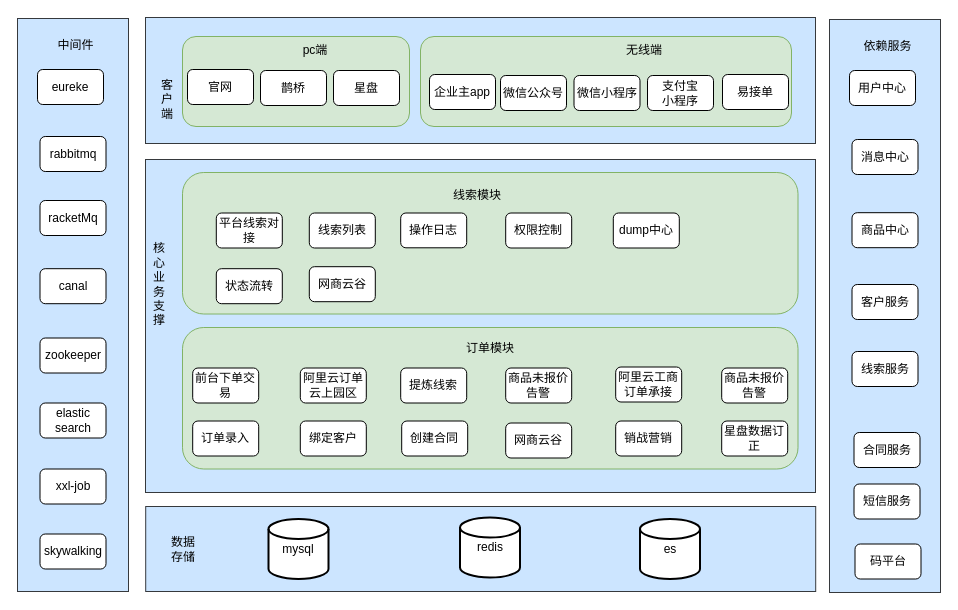
The draw.io diagram 订单架构图.drawio in zhaoershuang/flow-chart, before the edit. Source tidied: cells renumbered, new cells numbered last; positions are measured from the earlier drawing's top-left corner, leaving out a move shared by most shapes. Both pictures are drawn from the tidied source at 100%, with x=0, y=0 at pixel (17, 17).
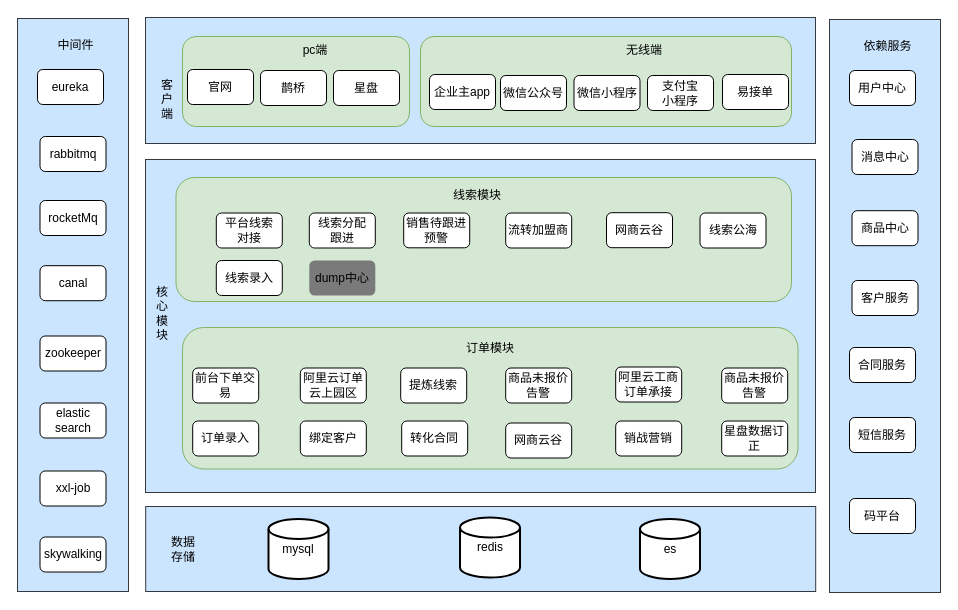
The same diagram, later.

Commit message:
更新订单架构图.drawio

Diff of the diagram source:
```diff
@@
-    <mxCell id="26" value="创建合同" style="rounded=1;whiteSpace=wrap;html=1;" parent="1" vertex="1">
+    <mxCell id="26" value="转化合同" style="rounded=1;whiteSpace=wrap;html=1;" parent="1" vertex="1">
       <mxGeometry x="384.2" y="403.5" width="66" height="35" as="geometry" />
     </mxCell>
@@
     <mxCell id="35" value="商品中心" style="rounded=1;whiteSpace=wrap;html=1;" parent="1" vertex="1">
-      <mxGeometry x="834.5" y="195.2" width="66" height="35" as="geometry" />
+      <mxGeometry x="834.5" y="193.2" width="66" height="35" as="geometry" />
     </mxCell>
     <mxCell id="36" value="客户服务" style="rounded=1;whiteSpace=wrap;html=1;" parent="1" vertex="1">
-      <mxGeometry x="834.5" y="267" width="66" height="35" as="geometry" />
+      <mxGeometry x="834.5" y="263" width="66" height="35" as="geometry" />
     </mxCell>
-    <mxCell id="37" value="线索服务" style="rounded=1;whiteSpace=wrap;html=1;" parent="1" vertex="1">
-      <mxGeometry x="834.5" y="334" width="66" height="35" as="geometry" />
-    </mxCell>
     <mxCell id="38" value="合同服务" style="rounded=1;whiteSpace=wrap;html=1;" parent="1" vertex="1">
-      <mxGeometry x="836.5" y="415" width="66" height="35" as="geometry" />
+      <mxGeometry x="832" y="330" width="66" height="35" as="geometry" />
     </mxCell>
@@
-    <mxCell id="42" value="核&lt;br&gt;心&lt;br&gt;业&lt;br&gt;务&lt;br&gt;支&lt;br&gt;撑" style="text;html=1;strokeColor=none;fillColor=none;align=center;verticalAlign=middle;whiteSpace=wrap;rounded=0;glass=0;sketch=0;" parent="1" vertex="1">
-      <mxGeometry x="122" y="256.5" width="40" height="20" as="geometry" />
+    <mxCell id="42" value="核&lt;br&gt;心&lt;br&gt;模&lt;br&gt;块" style="text;html=1;strokeColor=none;fillColor=none;align=center;verticalAlign=middle;whiteSpace=wrap;rounded=0;glass=0;sketch=0;" parent="1" vertex="1">
+      <mxGeometry x="125" y="286" width="40" height="20" as="geometry" />
     </mxCell>
@@
     <mxCell id="45" style="rounded=1;whiteSpace=wrap;html=1;fillColor=#d5e8d4;strokeColor=#82b366;" parent="1" vertex="1">
-      <mxGeometry x="165" y="155" width="615.5" height="141.5" as="geometry" />
+      <mxGeometry x="158.5" y="160" width="615.5" height="124" as="geometry" />
     </mxCell>
-    <mxCell id="46" value="平台线索对接" style="rounded=1;whiteSpace=wrap;html=1;" parent="1" vertex="1">
+    <mxCell id="46" value="平台线索&lt;br&gt;对接" style="rounded=1;whiteSpace=wrap;html=1;" parent="1" vertex="1">
       <mxGeometry x="198.8" y="195.5" width="66" height="35" as="geometry" />
     </mxCell>
     <mxCell id="47" value="网商云谷" style="rounded=1;whiteSpace=wrap;html=1;" parent="1" vertex="1">
-      <mxGeometry x="291.8" y="249.2" width="66" height="35" as="geometry" />
+      <mxGeometry x="589" y="195.2" width="66" height="35" as="geometry" />
     </mxCell>
-    <mxCell id="48" value="线索列表" style="rounded=1;whiteSpace=wrap;html=1;" parent="1" vertex="1">
+    <mxCell id="48" value="线索分配&lt;br&gt;跟进" style="rounded=1;whiteSpace=wrap;html=1;" parent="1" vertex="1">
       <mxGeometry x="291.8" y="195.5" width="66" height="35" as="geometry" />
     </mxCell>
-    <mxCell id="49" value="操作日志" style="rounded=1;whiteSpace=wrap;html=1;" parent="1" vertex="1">
-      <mxGeometry x="383.2" y="195.5" width="66" height="34.8" as="geometry" />
+    <mxCell id="49" value="销售待跟进&lt;br&gt;预警" style="rounded=1;whiteSpace=wrap;html=1;" parent="1" vertex="1">
+      <mxGeometry x="386.2" y="195.5" width="66" height="34.8" as="geometry" />
     </mxCell>
-    <mxCell id="50" value="状态流转" style="rounded=1;whiteSpace=wrap;html=1;" parent="1" vertex="1">
-      <mxGeometry x="198.8" y="251.2" width="66" height="35" as="geometry" />
-    </mxCell>
-    <mxCell id="51" value="dump中心" style="rounded=1;whiteSpace=wrap;html=1;" parent="1" vertex="1">
-      <mxGeometry x="595.8" y="195.5" width="66" height="35" as="geometry" />
+    <mxCell id="51" value="dump中心" style="rounded=1;whiteSpace=wrap;html=1;fillColor=#7A7A7A;strokeColor=none;" parent="1" vertex="1">
+      <mxGeometry x="291.8" y="243" width="66" height="35" as="geometry" />
     </mxCell>
-    <mxCell id="52" value="权限控制" style="rounded=1;whiteSpace=wrap;html=1;" parent="1" vertex="1">
+    <mxCell id="52" value="流转加盟商" style="rounded=1;whiteSpace=wrap;html=1;" parent="1" vertex="1">
       <mxGeometry x="488.2" y="195.5" width="66" height="35" as="geometry" />
     </mxCell>
@@
     <mxCell id="54" value="短信服务" style="rounded=1;whiteSpace=wrap;html=1;" parent="1" vertex="1">
-      <mxGeometry x="836.5" y="466.5" width="66" height="35" as="geometry" />
+      <mxGeometry x="832" y="400" width="66" height="35" as="geometry" />
     </mxCell>
     <mxCell id="55" value="码平台" style="rounded=1;whiteSpace=wrap;html=1;" parent="1" vertex="1">
-      <mxGeometry x="837.5" y="526.5" width="66" height="35" as="geometry" />
+      <mxGeometry x="832" y="481" width="66" height="35" as="geometry" />
     </mxCell>
@@
-    <mxCell id="57" value="eureke" style="rounded=1;whiteSpace=wrap;html=1;" parent="1" vertex="1">
+    <mxCell id="57" value="eureka" style="rounded=1;whiteSpace=wrap;html=1;" parent="1" vertex="1">
       <mxGeometry x="20" y="52" width="66" height="35" as="geometry" />
     </mxCell>
@@
-    <mxCell id="60" value="racketMq" style="rounded=1;whiteSpace=wrap;html=1;" parent="1" vertex="1">
+    <mxCell id="60" value="rocketMq" style="rounded=1;whiteSpace=wrap;html=1;" parent="1" vertex="1">
       <mxGeometry x="22.5" y="183" width="66" height="35" as="geometry" />
     </mxCell>
     <mxCell id="61" value="canal" style="rounded=1;whiteSpace=wrap;html=1;" parent="1" vertex="1">
-      <mxGeometry x="22.5" y="251.2" width="66" height="35" as="geometry" />
+      <mxGeometry x="22.5" y="248.2" width="66" height="35" as="geometry" />
     </mxCell>
     <mxCell id="62" value="zookeeper" style="rounded=1;whiteSpace=wrap;html=1;" parent="1" vertex="1">
-      <mxGeometry x="22.5" y="320.5" width="66" height="35" as="geometry" />
+      <mxGeometry x="22.5" y="318.5" width="66" height="35" as="geometry" />
     </mxCell>
@@
     <mxCell id="64" value="skywalking" style="rounded=1;whiteSpace=wrap;html=1;" parent="1" vertex="1">
-      <mxGeometry x="22.5" y="516.5" width="66" height="35" as="geometry" />
+      <mxGeometry x="22.5" y="519.5" width="66" height="35" as="geometry" />
     </mxCell>
     <mxCell id="65" value="xxl-job" style="rounded=1;whiteSpace=wrap;html=1;" parent="1" vertex="1">
-      <mxGeometry x="22.5" y="451.5" width="66" height="35" as="geometry" />
+      <mxGeometry x="22.5" y="453.5" width="66" height="35" as="geometry" />
     </mxCell>
+    <mxCell id="66" value="线索公海" style="rounded=1;whiteSpace=wrap;html=1;" parent="1" vertex="1">
+      <mxGeometry x="682.5" y="195.5" width="66" height="35" as="geometry" />
+    </mxCell>
+    <mxCell id="67" value="线索录入" style="rounded=1;whiteSpace=wrap;html=1;" parent="1" vertex="1">
+      <mxGeometry x="198.8" y="243" width="66" height="35" as="geometry" />
+    </mxCell>
```
